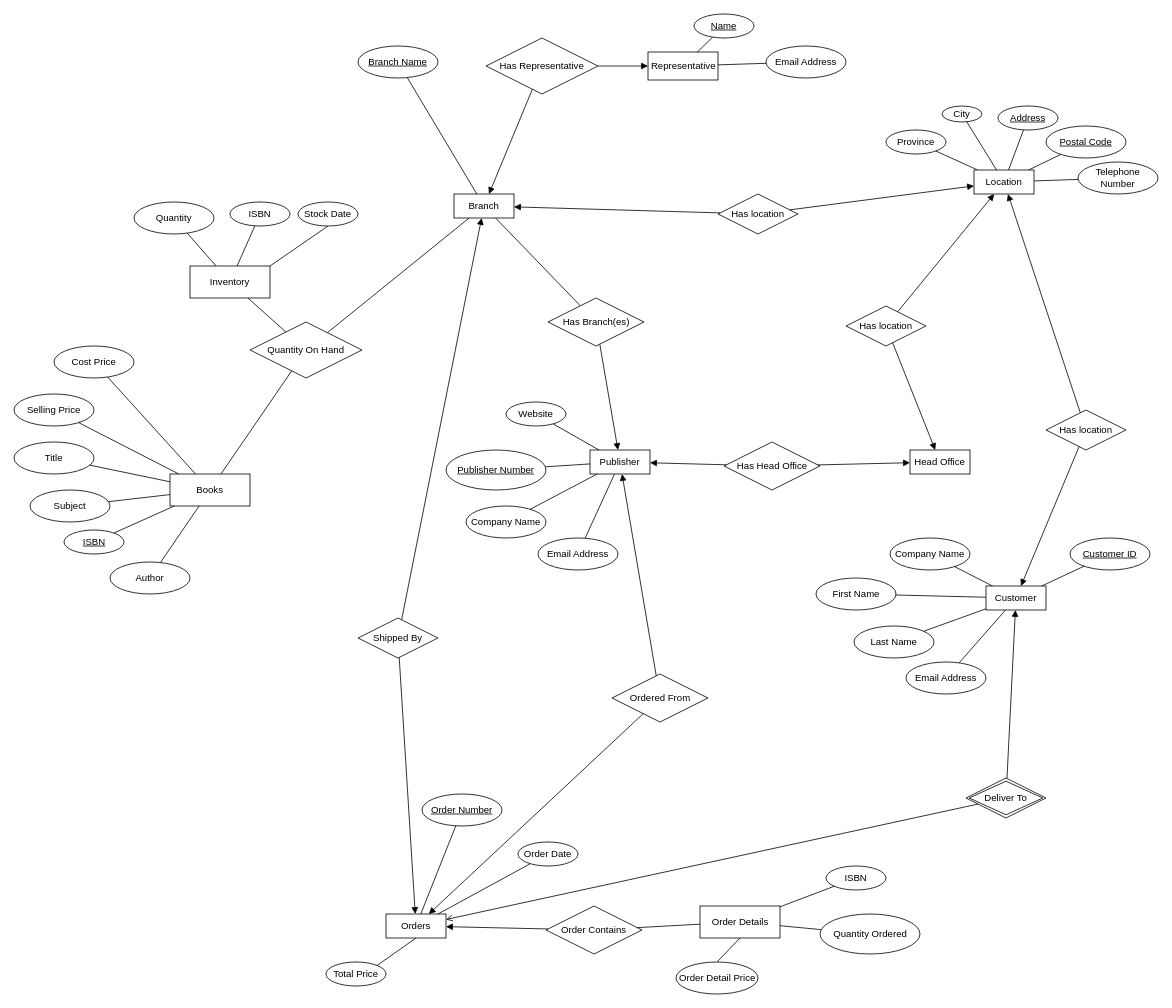
gordonpn/comp353-warmup-project keeps this draw.io diagram as ER-diagram.drawio. Above is the earlier version. Source tidied: cells renumbered, new cells numbered last; positions are measured from the earlier drawing's top-left corner, leaving out a move shared by most shapes. Both pictures are drawn from the tidied source at 80%, with x=0, y=0 at pixel (14, 14).
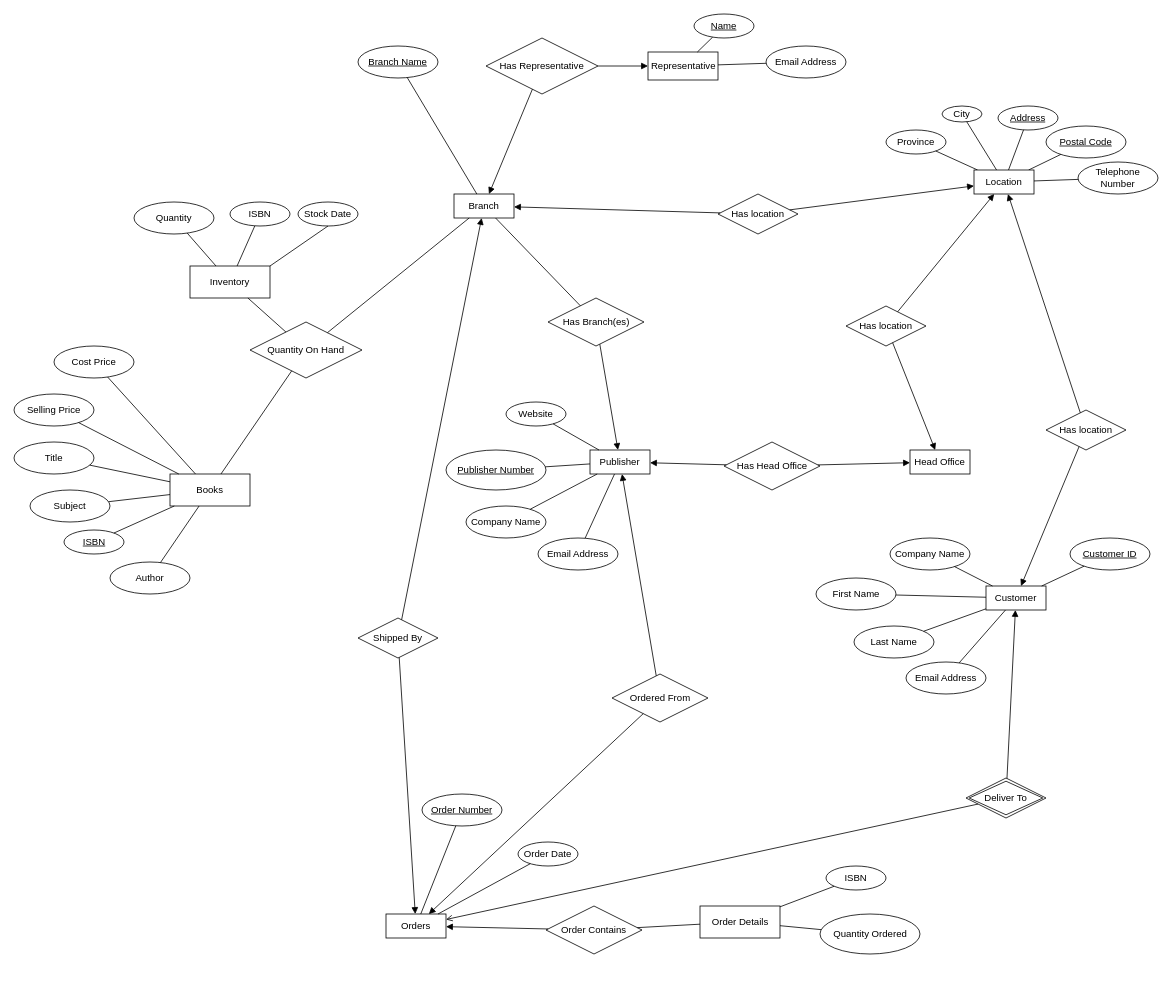
Above is the later version.

Commit message (it also covers changes not shown here):
Remove TotalPrice and orderDetailPrice in the ER and Relational Schema files

The change refers to these unchanged cells:
```xml
<mxCell id="46" value="Orders" style="whiteSpace=wrap;html=1;align=center;" parent="1" vertex="1">
  <mxGeometry x="465" y="1125" width="75" height="30" as="geometry" />
</mxCell>
<mxCell id="62" value="Order Details" style="whiteSpace=wrap;html=1;align=center;" parent="1" vertex="1">
  <mxGeometry x="857.5" y="1115" width="100" height="40" as="geometry" />
</mxCell>
```

The edit, as a diff of the source:
```diff
@@
-    <mxCell id="106" value="Total Price" style="ellipse;whiteSpace=wrap;html=1;align=center;" parent="1" vertex="1">
-      <mxGeometry x="390" y="1185" width="75" height="30" as="geometry" />
-    </mxCell>
-    <mxCell id="107" style="endArrow=none;html=1;entryX=0.5;entryY=1;entryDx=0;entryDy=0;exitX=1;exitY=0;exitDx=0;exitDy=0;" parent="1" edge="1" source="106" target="46">
-      <mxGeometry relative="1" as="geometry" />
-    </mxCell>
-    <mxCell id="108" value="Order Detail Price" style="ellipse;whiteSpace=wrap;html=1;align=center;" parent="1" vertex="1">
-      <mxGeometry x="827.5" y="1185" width="102.5" height="40" as="geometry" />
-    </mxCell>
-    <mxCell id="109" style="endArrow=none;html=1;entryX=0.5;entryY=1;entryDx=0;entryDy=0;exitX=0.5;exitY=0;exitDx=0;exitDy=0;" parent="1" edge="1" source="108" target="62">
-      <mxGeometry relative="1" as="geometry" />
-    </mxCell>
```
